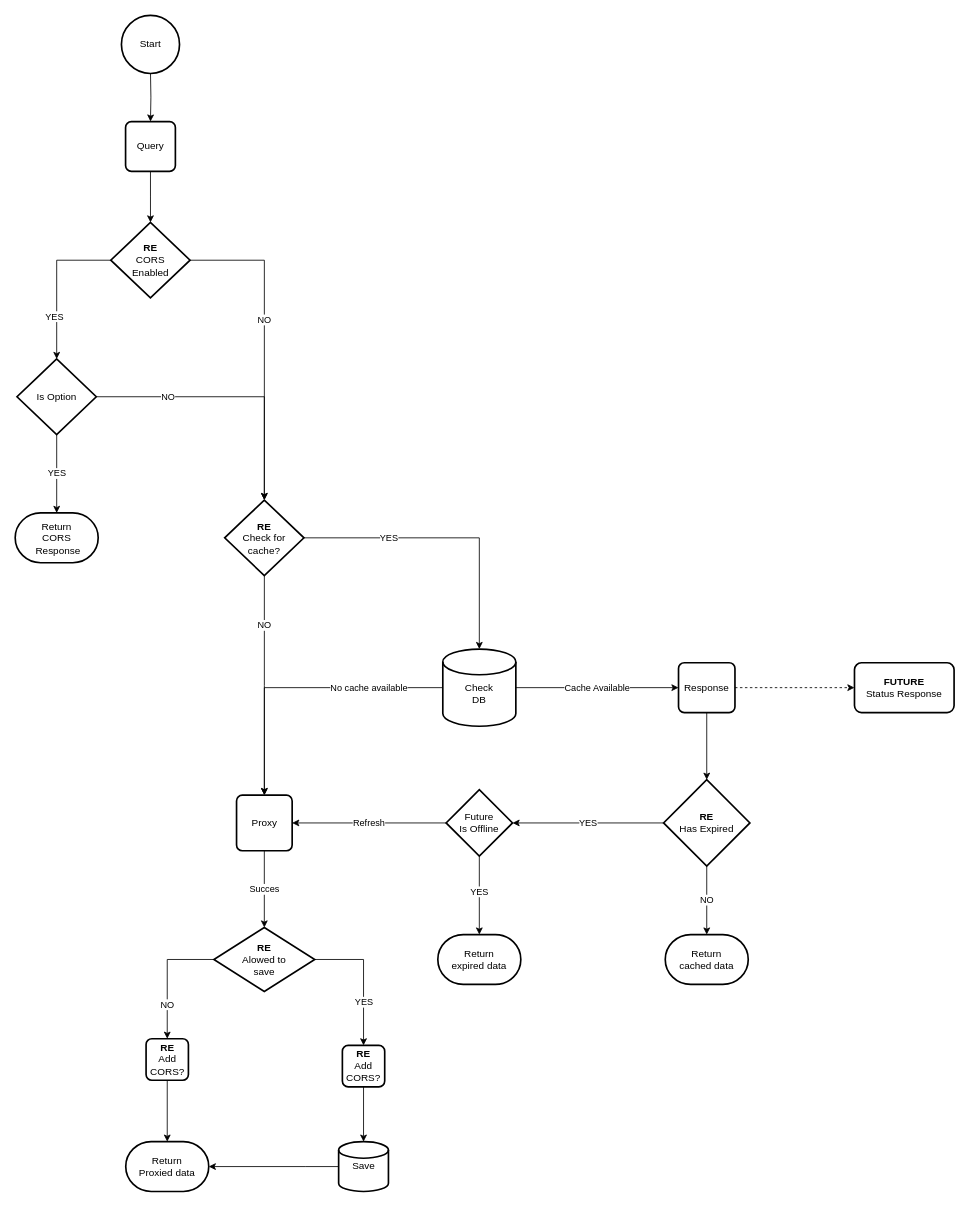
The draw.io diagram docs/flow.drawio in joshbatley/proxy, before the edit. Source tidied: cells renumbered, new cells numbered last; positions are measured from the earlier drawing's top-left corner, leaving out a move shared by most shapes. Both pictures are drawn from the tidied source at 83%, with x=0, y=0 at pixel (15, 15).
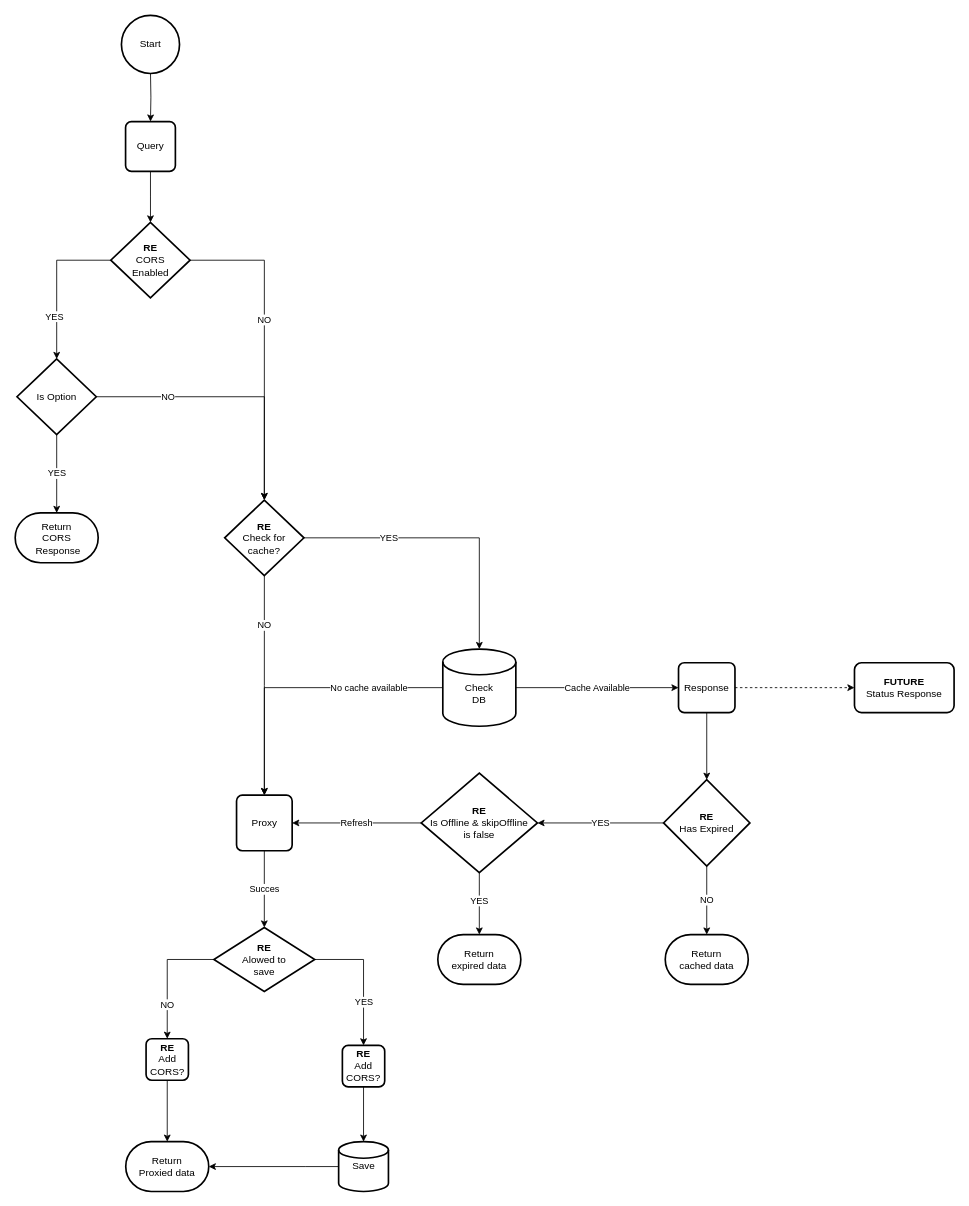
Above is the later version.

The edit, as a diff of the source:
```diff
@@
-    <mxCell id="39" value="Future&lt;br&gt;Is Offline" style="rhombus;whiteSpace=wrap;html=1;rounded=1;strokeWidth=2;arcSize=0;" parent="1" vertex="1">
-      <mxGeometry x="519" y="933" width="80" height="80" as="geometry" />
+    <mxCell id="39" value="&lt;b&gt;RE&lt;/b&gt;&lt;br&gt;Is Offline &amp;amp; skipOffline&lt;br&gt;is false" style="rhombus;whiteSpace=wrap;html=1;rounded=1;strokeWidth=2;arcSize=0;" parent="1" vertex="1">
+      <mxGeometry x="489" y="913" width="140" height="120" as="geometry" />
     </mxCell>
```
